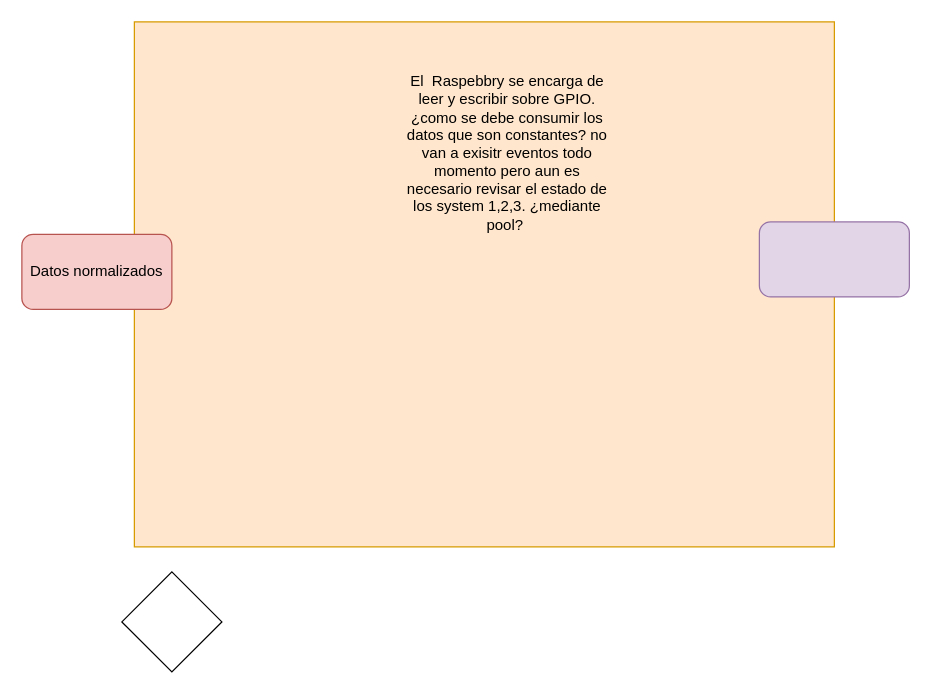
Earlier version of the draw.io diagram page "system B" (3 of 4) of diagrams/Diagrama sin título.drawio (cquiroz6211/sistemarust). Source tidied: cells renumbered, new cells numbered last; positions are measured from the earlier drawing's top-left corner, leaving out a move shared by most shapes. Both pictures are drawn from the tidied source at 125%, with x=0, y=0 at pixel (21, 21).
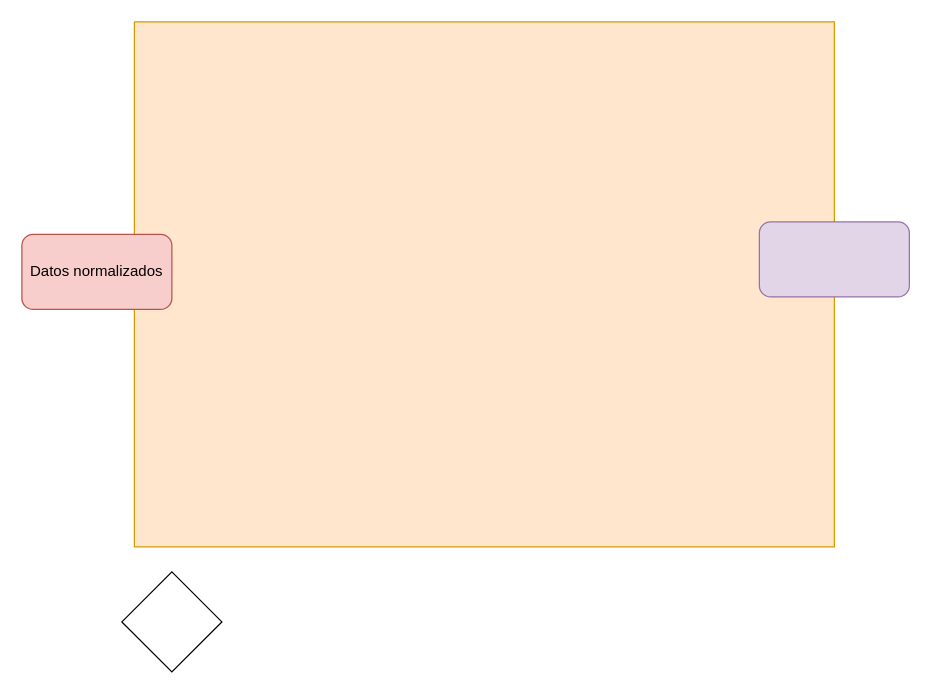
The same diagram, later.

What changed in the source:
```diff
@@
 <mxGraphModel>
   <root>
     <mxCell id="0" />
     <mxCell id="1" parent="0" />
     <mxCell id="2" style="rounded=0;whiteSpace=wrap;html=1;fillColor=#ffe6cc;strokeColor=#d79b00;" parent="1" vertex="1">
       <mxGeometry x="90" width="560" height="420" as="geometry" />
     </mxCell>
     <mxCell id="3" value="Datos normalizados" style="rounded=1;whiteSpace=wrap;html=1;fillColor=#f8cecc;strokeColor=#b85450;" parent="1" vertex="1">
       <mxGeometry y="170" width="120" height="60" as="geometry" />
     </mxCell>
     <mxCell id="4" style="rounded=1;whiteSpace=wrap;html=1;fillColor=#e1d5e7;strokeColor=#9673a6;" parent="1" vertex="1">
       <mxGeometry x="590" y="160" width="120" height="60" as="geometry" />
     </mxCell>
-    <mxCell id="5" value="El&amp;nbsp; Raspebbry se encarga de leer y escribir sobre GPIO.&lt;div&gt;¿como se debe consumir los datos que son constantes? no van a exisitr eventos todo momento pero aun es necesario revisar el estado de los system 1,2,3. ¿mediante pool?&amp;nbsp;&lt;/div&gt;" style="text;html=1;whiteSpace=wrap;strokeColor=none;fillColor=none;align=center;verticalAlign=middle;rounded=0;" parent="1" vertex="1">
-      <mxGeometry x="307" y="10" width="163" height="190" as="geometry" />
-    </mxCell>
     <mxCell id="6" style="rhombus;whiteSpace=wrap;html=1;" parent="1" vertex="1">
       <mxGeometry x="80" y="440" width="80" height="80" as="geometry" />
     </mxCell>
   </root>
 </mxGraphModel>
```
